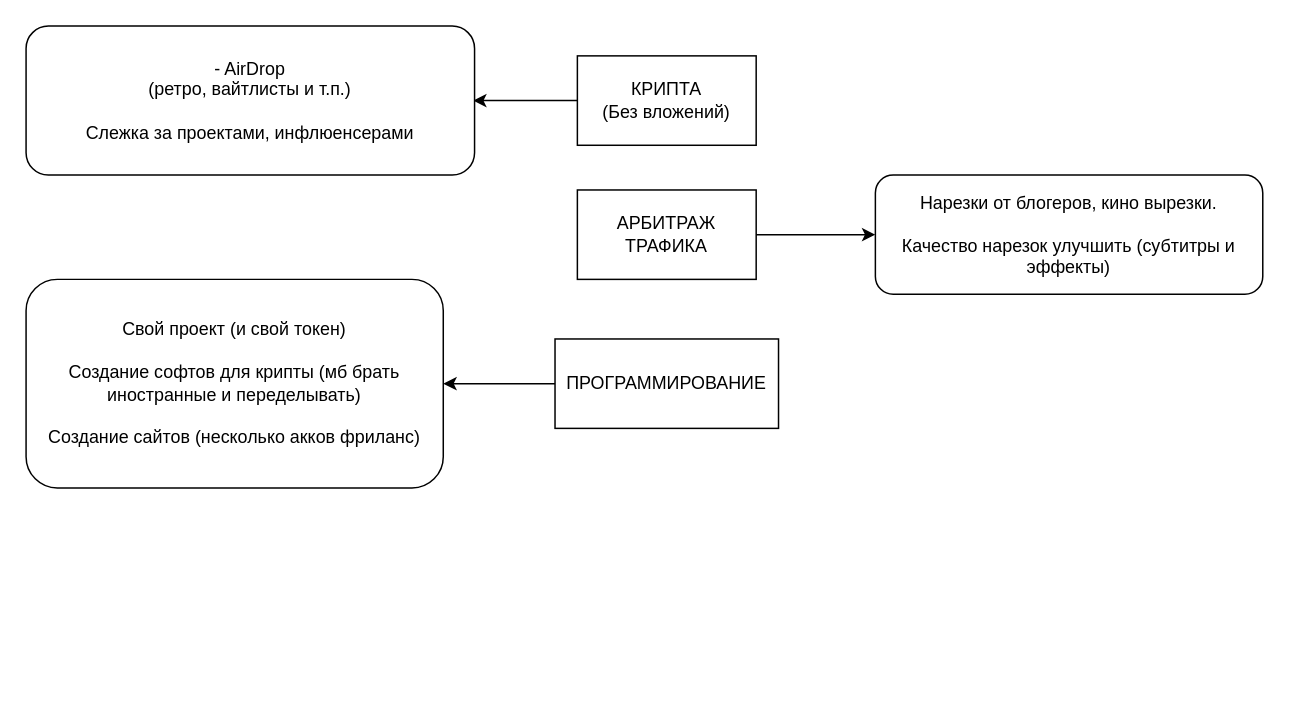
The draw.io diagram Диаграмма без названия.drawio in semVer4/save, before the edit. Source tidied: cells renumbered, new cells numbered last; positions are measured from the earlier drawing's top-left corner, leaving out a move shared by most shapes. Both pictures are drawn from the tidied source at 149%, with x=0, y=0 at pixel (25, 25).
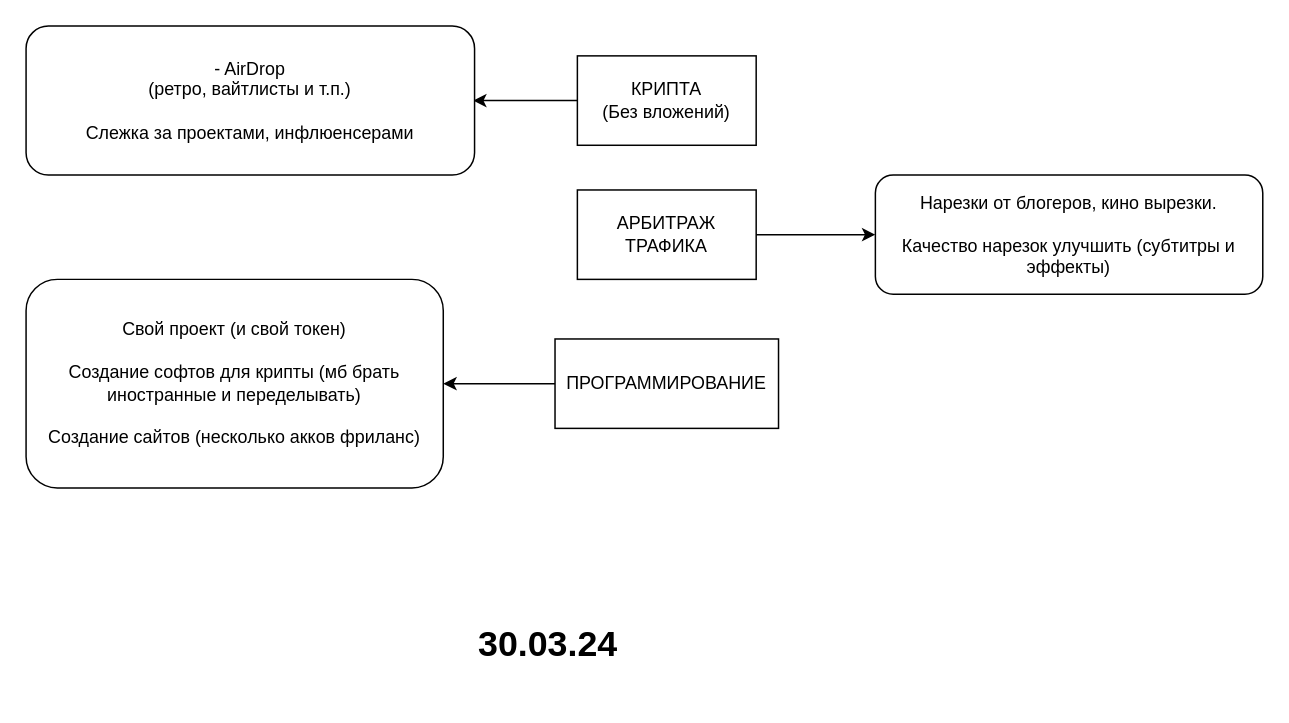
The same page after the edit.

Change to the diagram source:
```diff
@@
 <mxGraphModel>
   <root>
     <mxCell id="0" />
     <mxCell id="1" parent="0" />
     <mxCell id="2" value="КРИПТА&lt;br&gt;(Без вложений)" style="rounded=0;whiteSpace=wrap;html=1;" parent="1" vertex="1">
       <mxGeometry x="370" y="20" width="120" height="60" as="geometry" />
     </mxCell>
     <mxCell id="3" value="АРБИТРАЖ&lt;br&gt;ТРАФИКА" style="rounded=0;whiteSpace=wrap;html=1;" parent="1" vertex="1">
       <mxGeometry x="370" y="110" width="120" height="60" as="geometry" />
     </mxCell>
     <mxCell id="4" value="ПРОГРАММИРОВАНИЕ" style="rounded=0;whiteSpace=wrap;html=1;" parent="1" vertex="1">
       <mxGeometry x="355" y="210" width="150" height="60" as="geometry" />
     </mxCell>
     <mxCell id="5" style="endArrow=classic;html=1;rounded=0;exitX=0;exitY=0.5;exitDx=0;exitDy=0;" parent="1" edge="1" source="2">
       <mxGeometry relative="1" as="geometry">
         <mxPoint x="300" y="50" as="targetPoint" />
       </mxGeometry>
     </mxCell>
     <mxCell id="6" value="- AirDrop &lt;br&gt;(ретро, вайтлисты и т.п.)&lt;br&gt;&lt;br&gt;Слежка за проектами, инфлюенсерами" style="rounded=1;whiteSpace=wrap;html=1;" parent="1" vertex="1">
       <mxGeometry width="301" height="100" as="geometry" />
     </mxCell>
     <mxCell id="7" style="endArrow=classic;html=1;rounded=0;exitX=1;exitY=0.5;exitDx=0;exitDy=0;" parent="1" edge="1" source="3">
       <mxGeometry relative="1" as="geometry">
         <mxPoint x="570" y="140" as="targetPoint" />
         <Array as="points">
           <mxPoint x="570" y="140" />
         </Array>
       </mxGeometry>
     </mxCell>
     <mxCell id="8" value="Нарезки от блогеров, кино вырезки.&lt;br&gt;&lt;br&gt;Качество нарезок улучшить (субтитры и эффекты)" style="rounded=1;whiteSpace=wrap;html=1;" parent="1" vertex="1">
       <mxGeometry x="570" y="100" width="260" height="80" as="geometry" />
     </mxCell>
     <mxCell id="9" style="endArrow=classic;html=1;rounded=0;exitX=0;exitY=0.5;exitDx=0;exitDy=0;" parent="1" edge="1" source="4">
       <mxGeometry relative="1" as="geometry">
         <mxPoint x="280" y="240" as="targetPoint" />
       </mxGeometry>
     </mxCell>
     <mxCell id="10" value="Свой проект (и свой токен)&lt;br&gt;&lt;br&gt;Создание софтов для крипты (мб брать иностранные и переделывать)&lt;br&gt;&lt;br&gt;Создание сайтов (несколько акков фриланс)" style="rounded=1;whiteSpace=wrap;html=1;" parent="1" vertex="1">
       <mxGeometry y="170" width="280" height="140" as="geometry" />
     </mxCell>
+    <mxCell id="11" value="&lt;h1&gt;&lt;b&gt;30.03.24&lt;/b&gt;&lt;/h1&gt;" style="text;html=1;align=center;verticalAlign=middle;strokeColor=none;fillColor=none;" parent="1" vertex="1">
+      <mxGeometry x="290" y="380" width="120" height="70" as="geometry" />
+    </mxCell>
   </root>
 </mxGraphModel>
```
